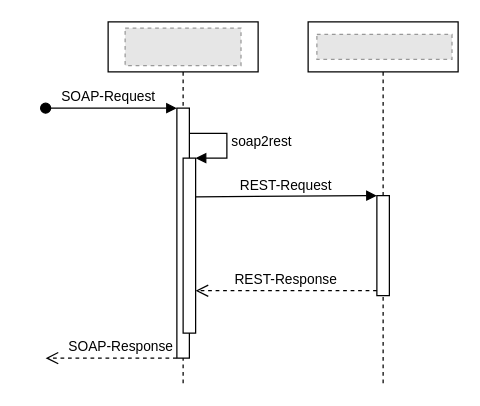
Earlier version of the draw.io diagram images/soap2rest.drawio (adessoSE/kong-plugin-soap2rest). Source tidied: cells renumbered, new cells numbered last; positions are measured from the earlier drawing's top-left corner, leaving out a move shared by most shapes. Both pictures are drawn from the tidied source at 125%, with x=0, y=0 at pixel (45, 21). Pictures stored in the file or linked from it are replaced by grey dashed boxes.
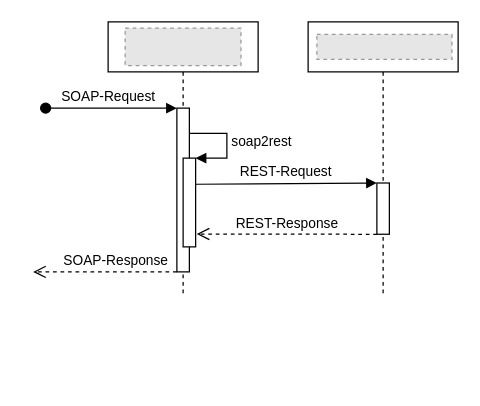
The same page after the edit.

Commit message (it also covers changes not shown here):
Update soap2rest diagram

The edit, as a diff of the source:
```diff
@@
 <mxGraphModel>
   <root>
     <mxCell id="0" />
     <mxCell id="1" parent="0" />
-    <mxCell id="2" value="&lt;br&gt;" style="shape=umlLifeline;perimeter=lifelinePerimeter;whiteSpace=wrap;html=1;" parent="1" vertex="1">
-      <mxGeometry x="50" width="120" height="290" as="geometry" />
+    <mxCell id="2" value="&lt;br&gt;" style="shape=umlLifeline;perimeter=lifelinePerimeter;whiteSpace=wrap;html=1;labelBackgroundColor=none;" parent="1" vertex="1">
+      <mxGeometry x="50" width="120" height="220" as="geometry" />
     </mxCell>
-    <mxCell id="3" style="fillColor=#E6E6E6;strokeColor=#999999;dashed=1;verticalLabelPosition=bottom;labelBackgroundColor=#ffffff;verticalAlign=top;" parent="2" vertex="1">
+    <mxCell id="3" style="fillColor=#E6E6E6;strokeColor=#999999;dashed=1;verticalLabelPosition=bottom;labelBackgroundColor=none;verticalAlign=top;" parent="2" vertex="1">
       <mxGeometry x="13.6" y="5" width="92.7" height="30" as="geometry" />
     </mxCell>
-    <mxCell id="4" style="html=1;points=[];perimeter=orthogonalPerimeter;" parent="2" vertex="1">
-      <mxGeometry x="55" y="69" width="10" height="200" as="geometry" />
+    <mxCell id="4" style="html=1;points=[];perimeter=orthogonalPerimeter;labelBackgroundColor=none;" parent="2" vertex="1">
+      <mxGeometry x="55" y="69" width="10" height="131" as="geometry" />
     </mxCell>
-    <mxCell id="5" value="SOAP-Request" style="html=1;verticalAlign=bottom;startArrow=oval;endArrow=block;startSize=8;" parent="2" edge="1" target="4">
+    <mxCell id="5" value="SOAP-Request" style="html=1;verticalAlign=bottom;startArrow=oval;endArrow=block;startSize=8;labelBackgroundColor=none;" parent="2" edge="1" target="4">
       <mxGeometry x="-0.05" relative="1" as="geometry">
         <mxPoint x="-50" y="69" as="sourcePoint" />
       </mxGeometry>
     </mxCell>
-    <mxCell id="6" style="html=1;points=[];perimeter=orthogonalPerimeter;" parent="2" vertex="1">
-      <mxGeometry x="60" y="109" width="10" height="140" as="geometry" />
+    <mxCell id="6" style="html=1;points=[];perimeter=orthogonalPerimeter;labelBackgroundColor=none;" parent="2" vertex="1">
+      <mxGeometry x="60" y="109" width="10" height="71" as="geometry" />
     </mxCell>
-    <mxCell id="7" value="soap2rest" style="edgeStyle=orthogonalEdgeStyle;html=1;align=left;spacingLeft=2;endArrow=block;rounded=0;entryX=1;entryY=0;exitX=1.023;exitY=0.167;exitDx=0;exitDy=0;exitPerimeter=0;" parent="2" edge="1" target="6">
+    <mxCell id="7" value="soap2rest" style="edgeStyle=orthogonalEdgeStyle;html=1;align=left;spacingLeft=2;endArrow=block;rounded=0;entryX=1;entryY=0;exitX=1.023;exitY=0.167;exitDx=0;exitDy=0;exitPerimeter=0;labelBackgroundColor=none;" parent="2" edge="1" target="6">
       <mxGeometry relative="1" as="geometry">
         <mxPoint x="65.2" y="89.1" as="sourcePoint" />
         <Array as="points">
           <mxPoint x="95" y="89" />
           <mxPoint x="95" y="109" />
         </Array>
       </mxGeometry>
     </mxCell>
-    <mxCell id="8" value="&lt;br&gt;" style="shape=umlLifeline;perimeter=lifelinePerimeter;whiteSpace=wrap;html=1;" parent="1" vertex="1">
-      <mxGeometry x="210" width="120" height="290" as="geometry" />
+    <mxCell id="8" value="&lt;br&gt;" style="shape=umlLifeline;perimeter=lifelinePerimeter;whiteSpace=wrap;html=1;labelBackgroundColor=none;" parent="1" vertex="1">
+      <mxGeometry x="210" width="120" height="220" as="geometry" />
     </mxCell>
-    <mxCell id="9" style="fillColor=#E6E6E6;strokeColor=#999999;dashed=1;verticalLabelPosition=bottom;labelBackgroundColor=#ffffff;verticalAlign=top;" parent="8" vertex="1">
+    <mxCell id="9" style="fillColor=#E6E6E6;strokeColor=#999999;dashed=1;verticalLabelPosition=bottom;labelBackgroundColor=none;verticalAlign=top;" parent="8" vertex="1">
       <mxGeometry x="7" y="10" width="108.1" height="20" as="geometry" />
     </mxCell>
-    <mxCell id="10" style="html=1;points=[];perimeter=orthogonalPerimeter;" parent="8" vertex="1">
-      <mxGeometry x="55" y="139" width="10" height="80" as="geometry" />
+    <mxCell id="10" style="html=1;points=[];perimeter=orthogonalPerimeter;labelBackgroundColor=none;" parent="8" vertex="1">
+      <mxGeometry x="55" y="128.9" width="10" height="41" as="geometry" />
     </mxCell>
-    <mxCell id="11" value="REST-Request" style="html=1;verticalAlign=bottom;endArrow=block;entryX=0;entryY=0;exitX=1.029;exitY=0.293;exitDx=0;exitDy=0;exitPerimeter=0;" parent="1" edge="1" target="10">
+    <mxCell id="11" value="REST-Request" style="html=1;verticalAlign=bottom;endArrow=block;entryX=0;entryY=0;exitX=1.029;exitY=0.293;exitDx=0;exitDy=0;exitPerimeter=0;labelBackgroundColor=none;" parent="1" edge="1" target="10">
       <mxGeometry relative="1" as="geometry">
-        <mxPoint x="120.3" y="140" as="sourcePoint" />
+        <mxPoint x="120.3" y="129.9" as="sourcePoint" />
       </mxGeometry>
     </mxCell>
-    <mxCell id="12" value="REST-Response" style="html=1;verticalAlign=bottom;endArrow=open;dashed=1;endSize=8;exitX=0;exitY=0.95;entryX=1;entryY=0.829;entryDx=0;entryDy=0;entryPerimeter=0;" parent="1" edge="1" source="10">
+    <mxCell id="12" value="REST-Response" style="html=1;verticalAlign=bottom;endArrow=open;dashed=1;endSize=8;exitX=0.012;exitY=1.001;labelBackgroundColor=none;entryX=1.094;entryY=0.874;entryDx=0;entryDy=0;entryPerimeter=0;exitDx=0;exitDy=0;exitPerimeter=0;" parent="1" edge="1" source="10">
       <mxGeometry relative="1" as="geometry">
-        <mxPoint x="120" y="215.1" as="targetPoint" />
+        <mxPoint x="120.9" y="169.7" as="targetPoint" />
       </mxGeometry>
     </mxCell>
-    <mxCell id="13" value="SOAP-Response" style="html=1;verticalAlign=bottom;endArrow=open;dashed=1;endSize=8;exitX=-0.011;exitY=1;exitDx=0;exitDy=0;exitPerimeter=0;" parent="1" edge="1" source="4">
+    <mxCell id="13" value="SOAP-Response" style="html=1;verticalAlign=bottom;endArrow=open;dashed=1;endSize=8;exitX=-0.011;exitY=1;exitDx=0;exitDy=0;exitPerimeter=0;labelBackgroundColor=none;" parent="1" edge="1" source="4">
       <mxGeometry x="-0.14" relative="1" as="geometry">
-        <mxPoint y="269" as="targetPoint" />
+        <mxPoint x="-10" y="200" as="targetPoint" />
       </mxGeometry>
     </mxCell>
   </root>
 </mxGraphModel>
```
